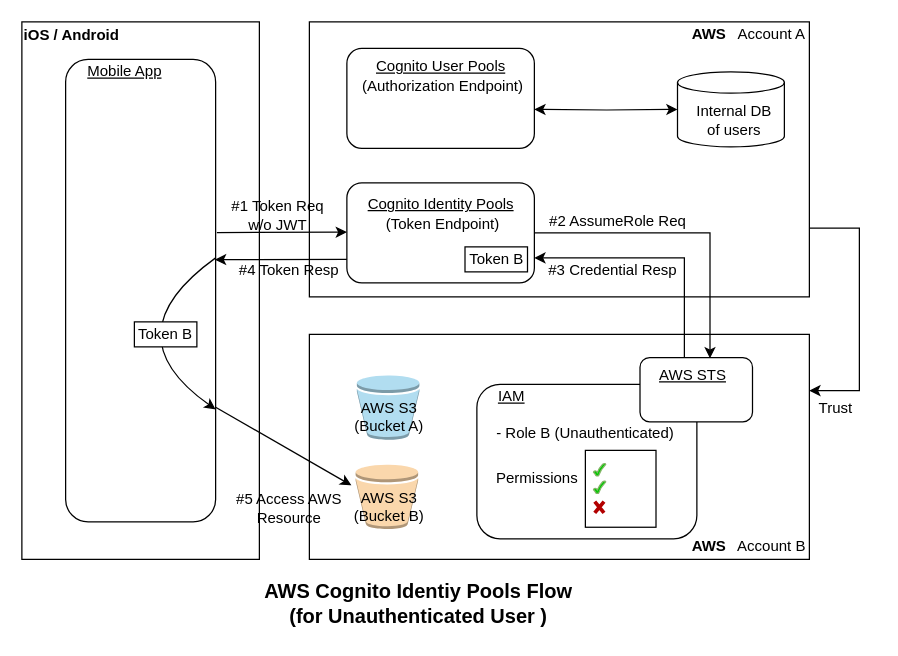
developer-onizuka/Diagrams keeps this draw.io diagram as OAuth2.0_Authorization/AWS_Cognito_unauthenticated.drawio. Above is the earlier version. Source tidied: cells renumbered, new cells numbered last; positions are measured from the earlier drawing's top-left corner, leaving out a move shared by most shapes. Both pictures are drawn from the tidied source at 125%, with x=0, y=0 at pixel (21, 21).
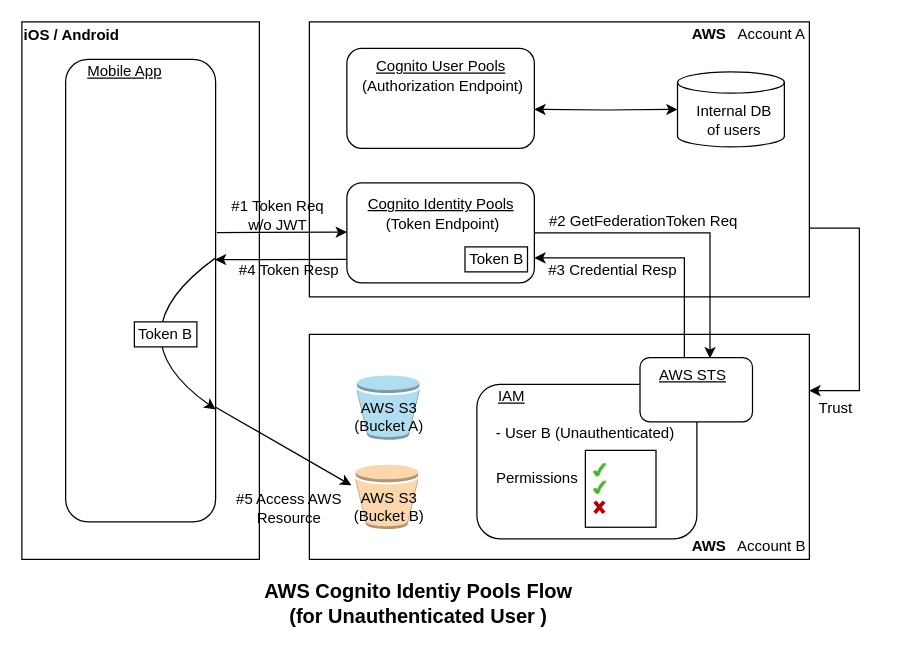
The same page after the edit.

Commit message:
AWS_Cognito_unauthenticated.drawio を更新します

Diff of the diagram source:
```diff
@@
-    <mxCell id="29" value="#2 AssumeRole Req" style="text;html=1;strokeColor=none;fillColor=none;align=center;verticalAlign=middle;whiteSpace=wrap;rounded=0;" parent="1" vertex="1">
-      <mxGeometry x="403.5" y="150" width="145.5" height="20" as="geometry" />
+    <mxCell id="29" value="#2 GetFederationToken Req" style="text;html=1;strokeColor=none;fillColor=none;align=center;verticalAlign=middle;whiteSpace=wrap;rounded=0;" parent="1" vertex="1">
+      <mxGeometry x="403.5" y="150" width="186.5" height="20" as="geometry" />
     </mxCell>
@@
-    <mxCell id="51" value="- Role B (Unauthenticated)" style="text;html=1;strokeColor=none;fillColor=none;align=center;verticalAlign=middle;whiteSpace=wrap;rounded=0;" parent="1" vertex="1">
+    <mxCell id="51" value="- User B (Unauthenticated)" style="text;html=1;strokeColor=none;fillColor=none;align=center;verticalAlign=middle;whiteSpace=wrap;rounded=0;" parent="1" vertex="1">
       <mxGeometry x="378" y="318.5" width="145.5" height="20" as="geometry" />
     </mxCell>
```
